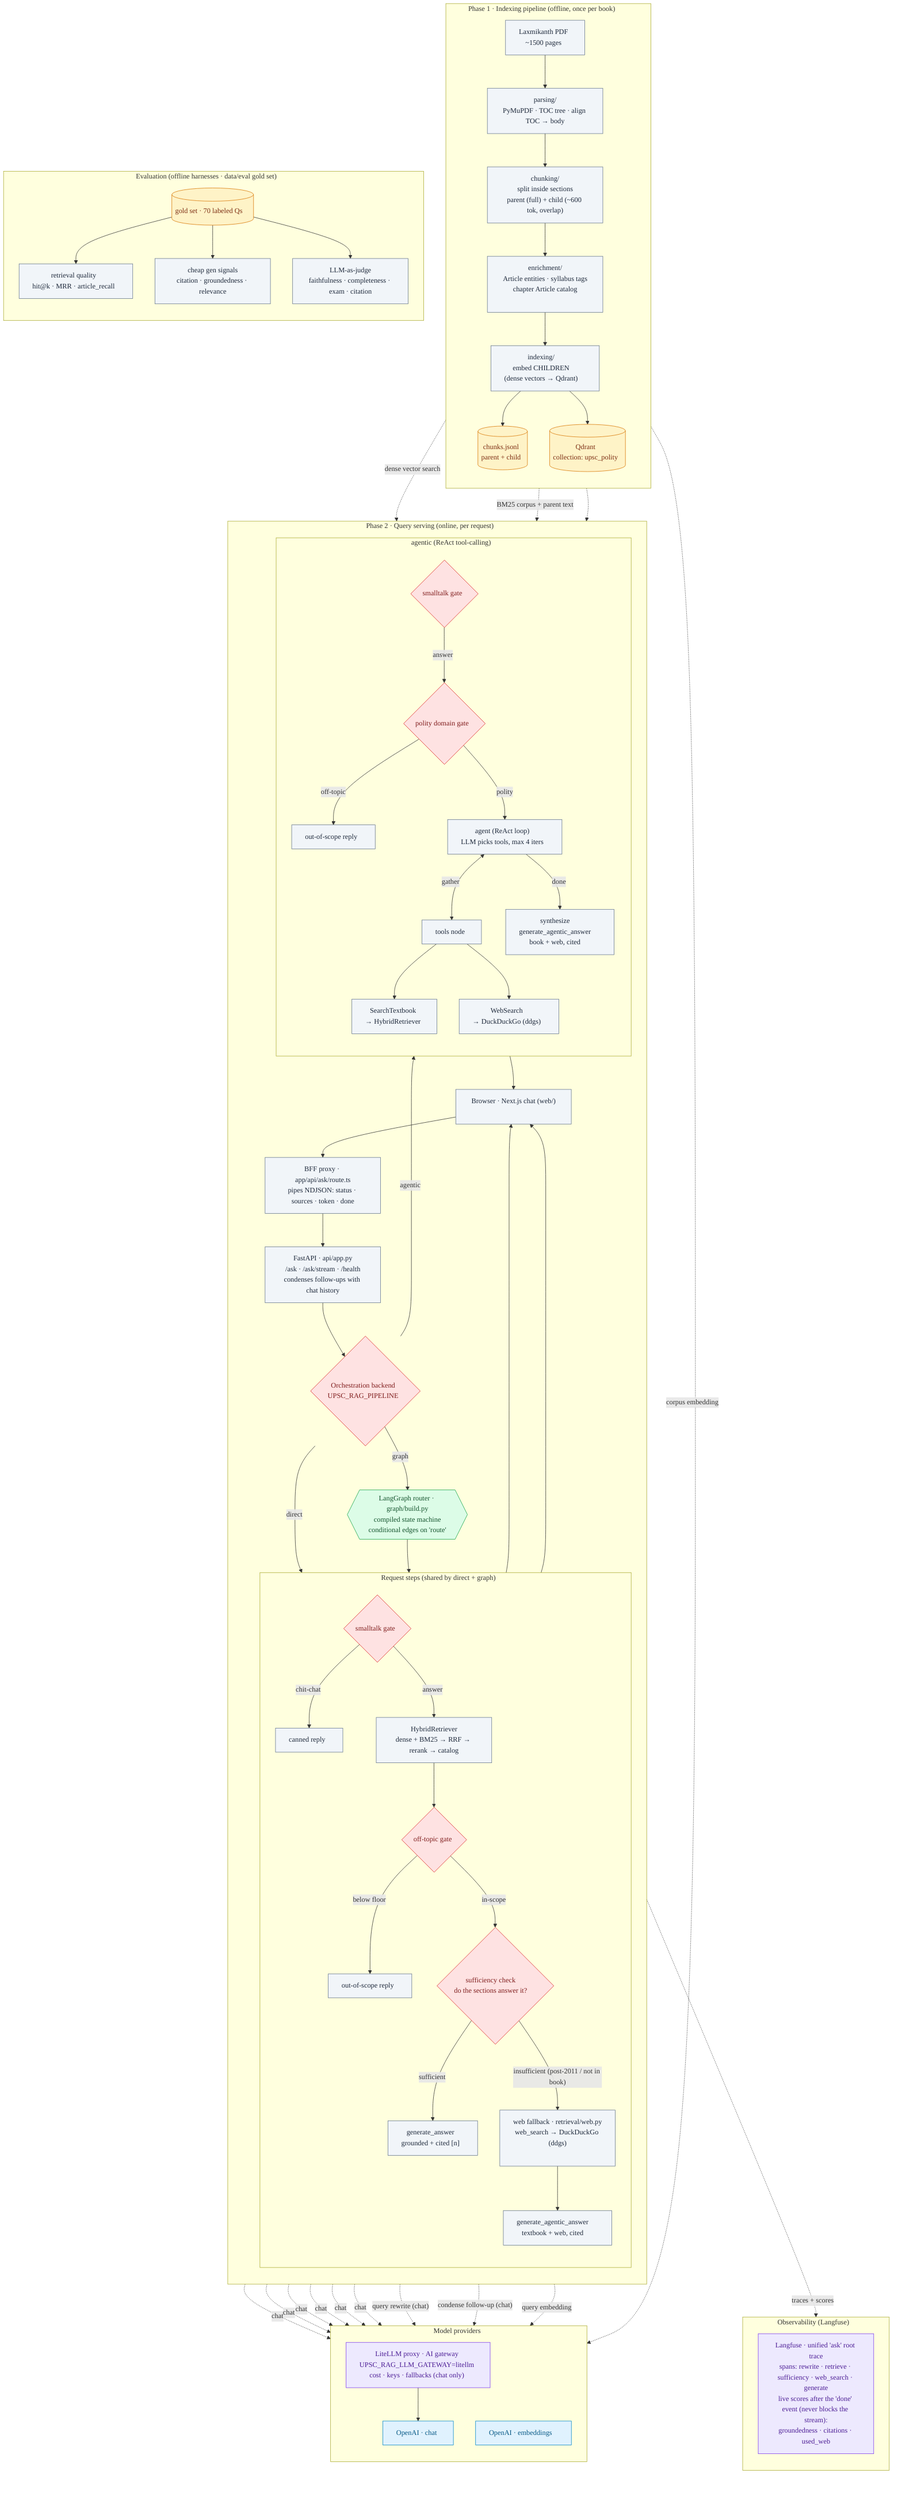
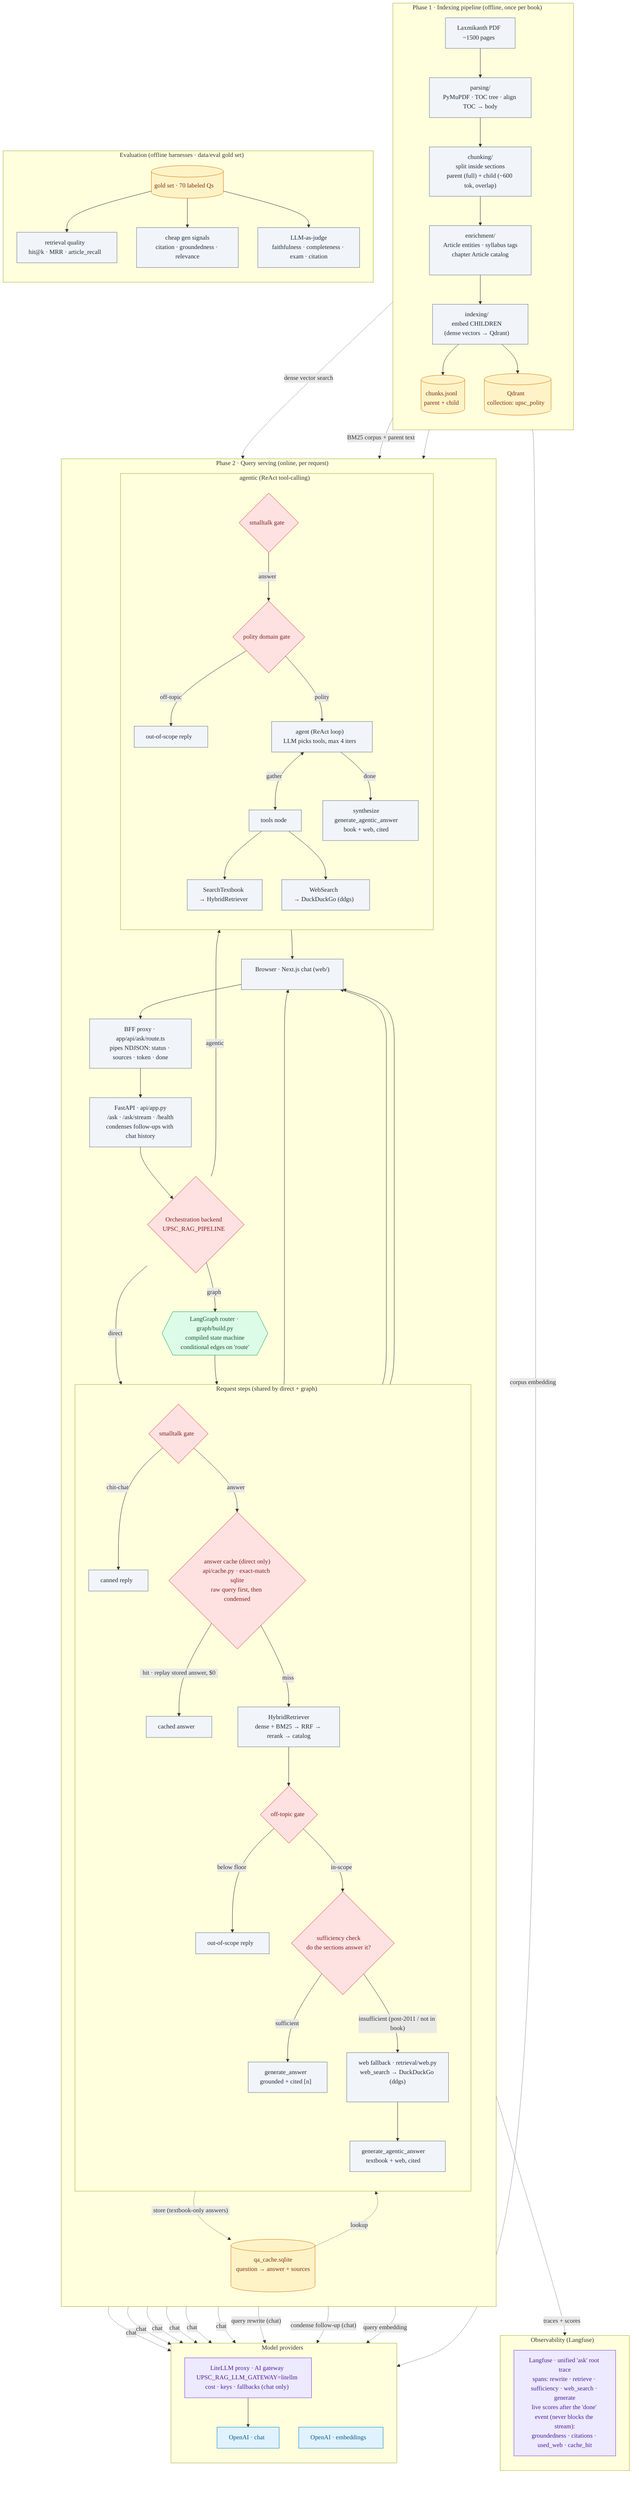
%%{init: {"flowchart": {"htmlLabels": true, "curve": "basis"}, "themeVariables": {"fontFamily": "Segoe UI, Arial, sans-serif"}}}%%
flowchart TB
  classDef store fill:#fef3c7,stroke:#d97706,color:#7c2d12;
  classDef gate fill:#fee2e2,stroke:#dc2626,color:#7f1d1d;
  classDef gw fill:#ede9fe,stroke:#7c3aed,color:#4c1d95;
  classDef ext fill:#e0f2fe,stroke:#0284c7,color:#075985;
  classDef proc fill:#f1f5f9,stroke:#64748b,color:#1e293b;
  classDef router fill:#dcfce7,stroke:#16a34a,color:#14532d;

  %% ---------------- Phase 1: Indexing (offline) ----------------
  subgraph INDEX["Phase 1 · Indexing pipeline (offline, once per book)"]
    direction TB
    PDF["Laxmikanth PDF<br/>~1500 pages"]:::proc
    PARSE["parsing/<br/>PyMuPDF · TOC tree · align TOC → body"]:::proc
    CHUNK["chunking/<br/>split inside sections<br/>parent (full) + child (~600 tok, overlap)"]:::proc
    ENRICH["enrichment/<br/>Article entities · syllabus tags<br/>chapter Article catalog"]:::proc
    EMBED["indexing/<br/>embed CHILDREN<br/>(dense vectors → Qdrant)"]:::proc
    PDF --> PARSE --> CHUNK --> ENRICH --> EMBED
    EMBED --> JSONL[("chunks.jsonl<br/>parent + child")]:::store
    EMBED --> QDRANT[("Qdrant<br/>collection: upsc_polity")]:::store
  end

  %% ---------------- Phase 2: Serving (online) ----------------
  subgraph SERVE["Phase 2 · Query serving (online, per request)"]
    direction TB
    UI["Browser · Next.js chat (web/)"]:::proc
    BFF["BFF proxy · app/api/ask/route.ts<br/>pipes NDJSON: status · sources · token · done"]:::proc
    API["FastAPI · api/app.py<br/>/ask · /ask/stream · /health<br/>condenses follow-ups with chat history"]:::proc
    ORCH{"Orchestration backend<br/>UPSC_RAG_PIPELINE"}:::gate
    GROUTER{{"LangGraph router · graph/build.py<br/>compiled state machine<br/>conditional edges on 'route'"}}:::router
    UI --> BFF --> API --> ORCH

    %% direct + graph share the same steps
    subgraph DG["Request steps (shared by direct + graph)"]
      direction TB
      SMALL{"smalltalk gate"}:::gate
+       CACHE{"answer cache (direct only)<br/>api/cache.py · exact-match sqlite<br/>raw query first, then condensed"}:::gate
      RET["HybridRetriever<br/>dense + BM25 → RRF → rerank → catalog"]:::proc
      OFF{"off-topic gate"}:::gate
      SUFF{"sufficiency check<br/>do the sections answer it?"}:::gate
      WEBFB["web fallback · retrieval/web.py<br/>web_search → DuckDuckGo (ddgs)"]:::proc
      GEN["generate_answer<br/>grounded + cited [n]"]:::proc
      GENW["generate_agentic_answer<br/>textbook + web, cited"]:::proc
      SMALL -->|chit-chat| CANNED["canned reply"]:::proc
-       SMALL -->|answer| RET --> OFF
+       SMALL -->|answer| CACHE
+       CACHE -->|"hit · replay stored answer, $0"| HIT["cached answer"]:::proc
+       CACHE -->|miss| RET --> OFF
      OFF -->|below floor| OOS["out-of-scope reply"]:::proc
      OFF -->|in-scope| SUFF
      SUFF -->|sufficient| GEN
      SUFF -->|"insufficient (post-2011 / not in book)"| WEBFB --> GENW
    end

    %% agentic ReAct path
    subgraph AG["agentic (ReAct tool-calling)"]
      direction TB
      ASMALL{"smalltalk gate"}:::gate
      DOM{"polity domain gate"}:::gate
      AGENT["agent (ReAct loop)<br/>LLM picks tools, max 4 iters"]:::proc
      TOOLS["tools node"]:::proc
      TB_TOOL["SearchTextbook<br/>→ HybridRetriever"]:::proc
      WEB_TOOL["WebSearch<br/>→ DuckDuckGo (ddgs)"]:::proc
      SYN["synthesize<br/>generate_agentic_answer<br/>book + web, cited"]:::proc
      ASMALL -->|answer| DOM
      DOM -->|off-topic| AOOS["out-of-scope reply"]:::proc
      DOM -->|polity| AGENT
      AGENT <-->|gather| TOOLS
      TOOLS --> TB_TOOL
      TOOLS --> WEB_TOOL
      AGENT -->|done| SYN
    end

    ORCH -->|direct| SMALL
    ORCH -->|graph| GROUTER --> SMALL
    ORCH -->|agentic| ASMALL
    GEN --> UI
    GENW --> UI
    SYN --> UI
+     HIT --> UI
+ 
+     QAC[("qa_cache.sqlite<br/>question → answer + sources")]:::store
+     QAC -.->|lookup| CACHE
+     GEN -.->|"store (textbook-only answers)"| QAC
  end

  %% ---------------- AI gateway + providers ----------------
  subgraph PROV["Model providers"]
    direction TB
    GATEWAY["LiteLLM proxy · AI gateway<br/>UPSC_RAG_LLM_GATEWAY=litellm<br/>cost · keys · fallbacks (chat only)"]:::gw
    OPENAI_CHAT["OpenAI · chat"]:::ext
    OPENAI_EMB["OpenAI · embeddings"]:::ext
    GATEWAY --> OPENAI_CHAT
  end

  %% ---------------- Observability ----------------
  subgraph OBS["Observability (Langfuse)"]
    direction TB
-     LF["Langfuse · unified 'ask' root trace<br/>spans: rewrite · retrieve · sufficiency · web_search · generate<br/>live scores after the 'done' event (never blocks the stream):<br/>groundedness · citations · used_web"]:::gw
+     LF["Langfuse · unified 'ask' root trace<br/>spans: rewrite · retrieve · sufficiency · web_search · generate<br/>live scores after the 'done' event (never blocks the stream):<br/>groundedness · citations · used_web · cache_hit"]:::gw
  end

  %% ---------------- Evaluation ----------------
  subgraph EVAL["Evaluation (offline harnesses · data/eval gold set)"]
    direction TB
    GOLD[("gold set · 70 labeled Qs")]:::store
    RQ["retrieval quality<br/>hit@k · MRR · article_recall"]:::proc
    CQ["cheap gen signals<br/>citation · groundedness · relevance"]:::proc
    JQ["LLM-as-judge<br/>faithfulness · completeness · exam · citation"]:::proc
    GOLD --> RQ
    GOLD --> CQ
    GOLD --> JQ
  end

  %% ---------------- cross-cutting edges ----------------
  QDRANT -.->|dense vector search| RET
  JSONL  -.->|BM25 corpus + parent text| RET
  QDRANT -.-> TB_TOOL

  %% chat calls route via gateway (or direct when off)
  GEN -.->|chat| GATEWAY
  GENW -.->|chat| GATEWAY
  SYN -.->|chat| GATEWAY
  AGENT -.->|chat| GATEWAY
  DOM  -.->|chat| GATEWAY
  SUFF -.->|chat| GATEWAY
  RET  -.->|"query rewrite (chat)"| GATEWAY
  API  -.->|"condense follow-up (chat)"| GATEWAY

  %% every /ask request emits one root trace with per-step spans + scores
  API -.->|"traces + scores"| LF

  %% embeddings ALWAYS go direct (never through the gateway)
  RET -.->|query embedding| OPENAI_EMB
  EMBED -.->|corpus embedding| OPENAI_EMB
